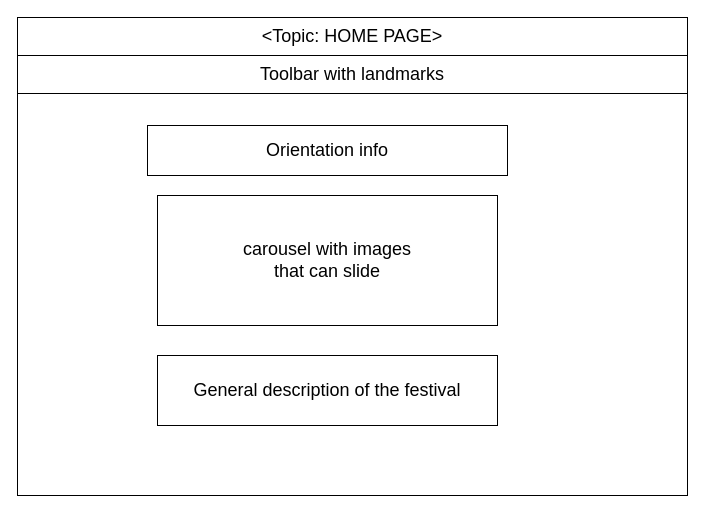
Above: other/documentation/frontend/DRAW IO desing/home.drawio in LeonardoPanizzo/hypermedia2019 (draw.io), before the change. Source tidied: cells renumbered, new cells numbered last; positions are measured from the earlier drawing's top-left corner, leaving out a move shared by most shapes. Both pictures are drawn from the tidied source at 100%, with x=0, y=0 at pixel (17, 17).
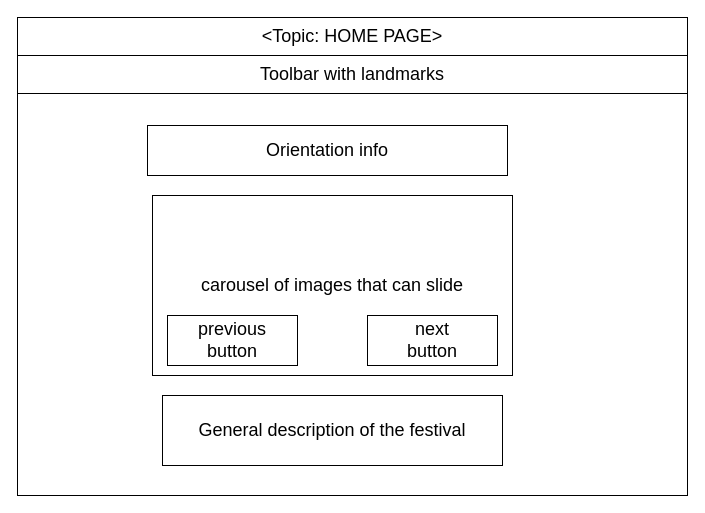
The same page after the edit.

Diff of the diagram source:
```diff
@@
 <mxGraphModel>
   <root>
     <mxCell id="0" />
     <mxCell id="1" parent="0" />
     <mxCell id="2" style="rounded=0;whiteSpace=wrap;html=1;" parent="1" vertex="1">
       <mxGeometry width="670" height="478" as="geometry" />
     </mxCell>
     <mxCell id="3" value="&lt;span style=&quot;font-size: 18px;&quot;&gt;Toolbar with landmarks&lt;/span&gt;" style="rounded=0;whiteSpace=wrap;html=1;fontSize=18;" parent="1" vertex="1">
       <mxGeometry y="38" width="670" height="38" as="geometry" />
     </mxCell>
     <mxCell id="4" value="&lt;font style=&quot;font-size: 18px;&quot;&gt;Orientation info&lt;/font&gt;" style="text;html=1;strokeColor=#000000;fillColor=none;align=center;verticalAlign=middle;whiteSpace=wrap;rounded=0;fontSize=18;" parent="1" vertex="1">
       <mxGeometry x="130" y="108" width="360" height="50" as="geometry" />
     </mxCell>
-    <mxCell id="5" value="carousel with images &lt;br&gt;that can slide" style="text;html=1;strokeColor=#000000;fillColor=none;align=center;verticalAlign=middle;whiteSpace=wrap;rounded=0;fontSize=18;" parent="1" vertex="1">
-      <mxGeometry x="140" y="178" width="340" height="130" as="geometry" />
-    </mxCell>
     <mxCell id="6" value="General description of the festival" style="text;html=1;strokeColor=#000000;fillColor=none;align=center;verticalAlign=middle;whiteSpace=wrap;rounded=0;fontSize=18;" parent="1" vertex="1">
-      <mxGeometry x="140" y="338" width="340" height="70" as="geometry" />
+      <mxGeometry x="145" y="378" width="340" height="70" as="geometry" />
     </mxCell>
     <mxCell id="7" value="&amp;lt;Topic: HOME PAGE&amp;gt;" style="rounded=0;whiteSpace=wrap;html=1;fontSize=18;" parent="1" vertex="1">
       <mxGeometry width="670" height="38" as="geometry" />
     </mxCell>
+    <mxCell id="8" value="carousel of images that can slide" style="rounded=0;whiteSpace=wrap;html=1;fontSize=18;" parent="1" vertex="1">
+      <mxGeometry x="135" y="178" width="360" height="180" as="geometry" />
+    </mxCell>
+    <mxCell id="9" value="next&lt;br&gt;button" style="rounded=0;whiteSpace=wrap;html=1;fontSize=18;" parent="1" vertex="1">
+      <mxGeometry x="350" y="298" width="130" height="50" as="geometry" />
+    </mxCell>
+    <mxCell id="10" value="previous&lt;br&gt;button" style="rounded=0;whiteSpace=wrap;html=1;fontSize=18;" parent="1" vertex="1">
+      <mxGeometry x="150" y="298" width="130" height="50" as="geometry" />
+    </mxCell>
   </root>
 </mxGraphModel>
```
